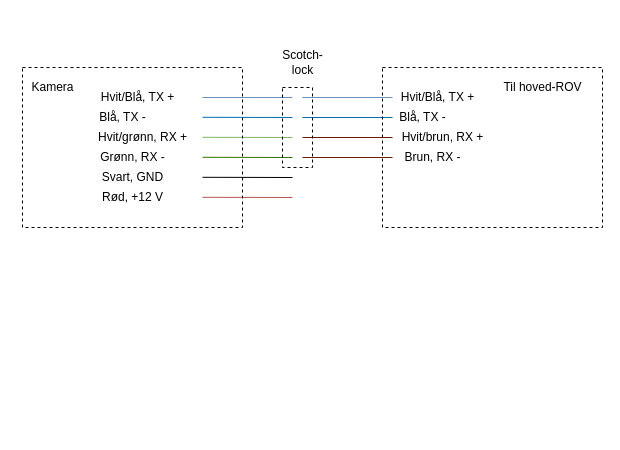
Before: diverse/Untitled Diagram.drawio in ExtremeOptimist/test_repo_1, a draw.io diagram. Source tidied: cells renumbered, new cells numbered last; positions are measured from the earlier drawing's top-left corner, leaving out a move shared by most shapes. Both pictures are drawn from the tidied source at 100%, with x=0, y=0 at pixel (22, 47).
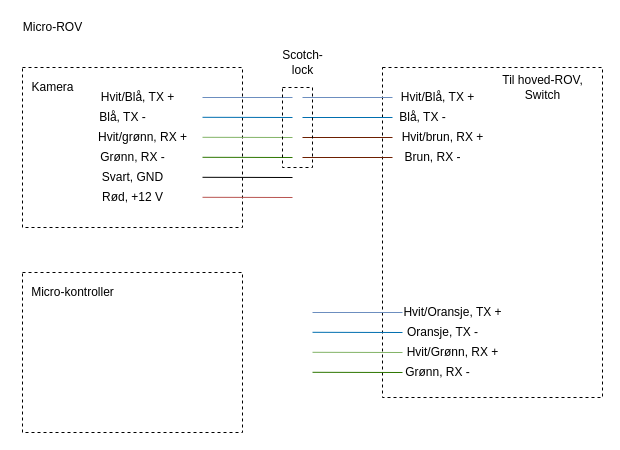
The same diagram, later.

What changed in the source:
```diff
@@
+    <mxCell id="24" style="rounded=0;whiteSpace=wrap;html=1;fillColor=none;dashed=1;" parent="1" vertex="1">
+      <mxGeometry y="20" width="220" height="160" as="geometry" />
+    </mxCell>
+    <mxCell id="25" style="rounded=0;whiteSpace=wrap;html=1;fillColor=none;dashed=1;" parent="1" vertex="1">
+      <mxGeometry x="360" y="20" width="220" height="330" as="geometry" />
+    </mxCell>
@@
-    <mxCell id="23" value="Til hoved-ROV" style="text;html=1;align=center;verticalAlign=middle;strokeColor=none;" parent="1" vertex="1">
-      <mxGeometry x="475" y="30" width="90" height="20" as="geometry" />
+    <mxCell id="23" value="Til hoved-ROV,&lt;br&gt;Switch" style="text;html=1;align=center;verticalAlign=middle;strokeColor=none;" parent="1" vertex="1">
+      <mxGeometry x="470" y="25" width="100" height="30" as="geometry" />
     </mxCell>
-    <mxCell id="24" style="rounded=0;whiteSpace=wrap;html=1;fillColor=none;dashed=1;" parent="1" vertex="1">
-      <mxGeometry y="20" width="220" height="160" as="geometry" />
-    </mxCell>
-    <mxCell id="25" style="rounded=0;whiteSpace=wrap;html=1;fillColor=none;dashed=1;" parent="1" vertex="1">
-      <mxGeometry x="360" y="20" width="220" height="160" as="geometry" />
-    </mxCell>
@@
+    <mxCell id="28" style="rounded=0;whiteSpace=wrap;html=1;fillColor=none;dashed=1;" parent="1" vertex="1">
+      <mxGeometry y="225" width="220" height="160" as="geometry" />
+    </mxCell>
+    <mxCell id="29" value="Micro-kontroller" style="text;html=1;align=center;verticalAlign=middle;strokeColor=none;" parent="1" vertex="1">
+      <mxGeometry y="235" width="100" height="20" as="geometry" />
+    </mxCell>
+    <mxCell id="30" value="Micro-ROV" style="text;html=1;align=center;verticalAlign=middle;strokeColor=none;" parent="1" vertex="1">
+      <mxGeometry x="-5" y="-30" width="70" height="20" as="geometry" />
+    </mxCell>
+    <mxCell id="31" value="Grønn, RX -" style="text;html=1;align=center;verticalAlign=middle;strokeColor=none;" parent="1" vertex="1">
+      <mxGeometry x="375" y="315" width="80" height="20" as="geometry" />
+    </mxCell>
+    <mxCell id="32" value="Oransje, TX -" style="text;html=1;align=center;verticalAlign=middle;strokeColor=none;" parent="1" vertex="1">
+      <mxGeometry x="375" y="275" width="90" height="20" as="geometry" />
+    </mxCell>
+    <mxCell id="33" value="Hvit/Grønn, RX +" style="text;html=1;align=center;verticalAlign=middle;strokeColor=none;" parent="1" vertex="1">
+      <mxGeometry x="375" y="295" width="110" height="20" as="geometry" />
+    </mxCell>
+    <mxCell id="34" value="Hvit/Oransje, TX +" style="text;html=1;align=center;verticalAlign=middle;strokeColor=none;" parent="1" vertex="1">
+      <mxGeometry x="375" y="255" width="110" height="20" as="geometry" />
+    </mxCell>
+    <mxCell id="35" style="endArrow=none;html=1;fillColor=#60a917;strokeColor=#2D7600;" parent="1" edge="1">
+      <mxGeometry relative="1" as="geometry">
+        <mxPoint x="290" y="324.8" as="sourcePoint" />
+        <mxPoint x="380" y="325" as="targetPoint" />
+      </mxGeometry>
+    </mxCell>
+    <mxCell id="36" style="endArrow=none;html=1;gradientColor=#97d077;fillColor=#d5e8d4;strokeColor=#82b366;" parent="1" edge="1">
+      <mxGeometry relative="1" as="geometry">
+        <mxPoint x="290" y="304.8" as="sourcePoint" />
+        <mxPoint x="380" y="305" as="targetPoint" />
+      </mxGeometry>
+    </mxCell>
+    <mxCell id="37" style="endArrow=none;html=1;fillColor=#1ba1e2;strokeColor=#006EAF;" parent="1" edge="1">
+      <mxGeometry relative="1" as="geometry">
+        <mxPoint x="290" y="284.8" as="sourcePoint" />
+        <mxPoint x="380" y="285" as="targetPoint" />
+      </mxGeometry>
+    </mxCell>
+    <mxCell id="38" style="endArrow=none;html=1;gradientColor=#7ea6e0;fillColor=#dae8fc;strokeColor=#6c8ebf;" parent="1" edge="1">
+      <mxGeometry relative="1" as="geometry">
+        <mxPoint x="290" y="265" as="sourcePoint" />
+        <mxPoint x="380" y="265" as="targetPoint" />
+      </mxGeometry>
+    </mxCell>
```
